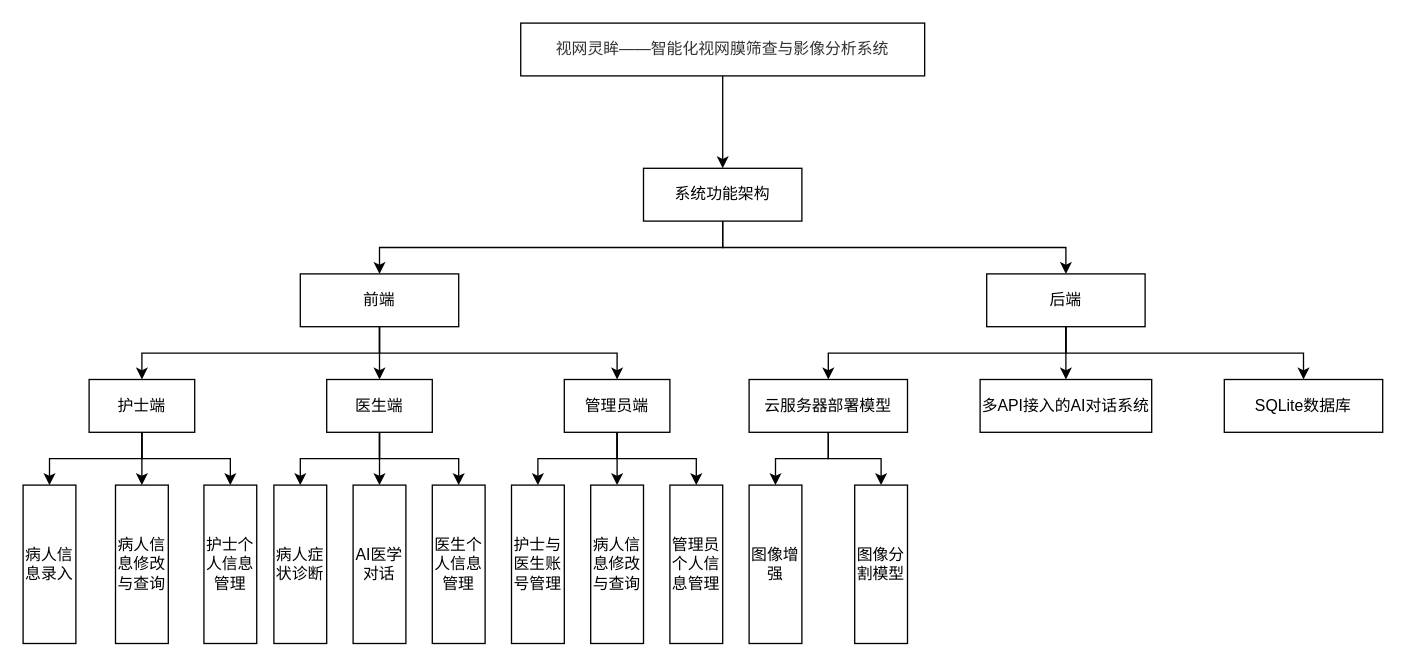
Before: 系统架构.drawio in 2039551625/deep_learning, a draw.io diagram. Source tidied: cells renumbered, new cells numbered last; positions are measured from the earlier drawing's top-left corner, leaving out a move shared by most shapes. Both pictures are drawn from the tidied source at 132%, with x=0, y=0 at pixel (22, 22).
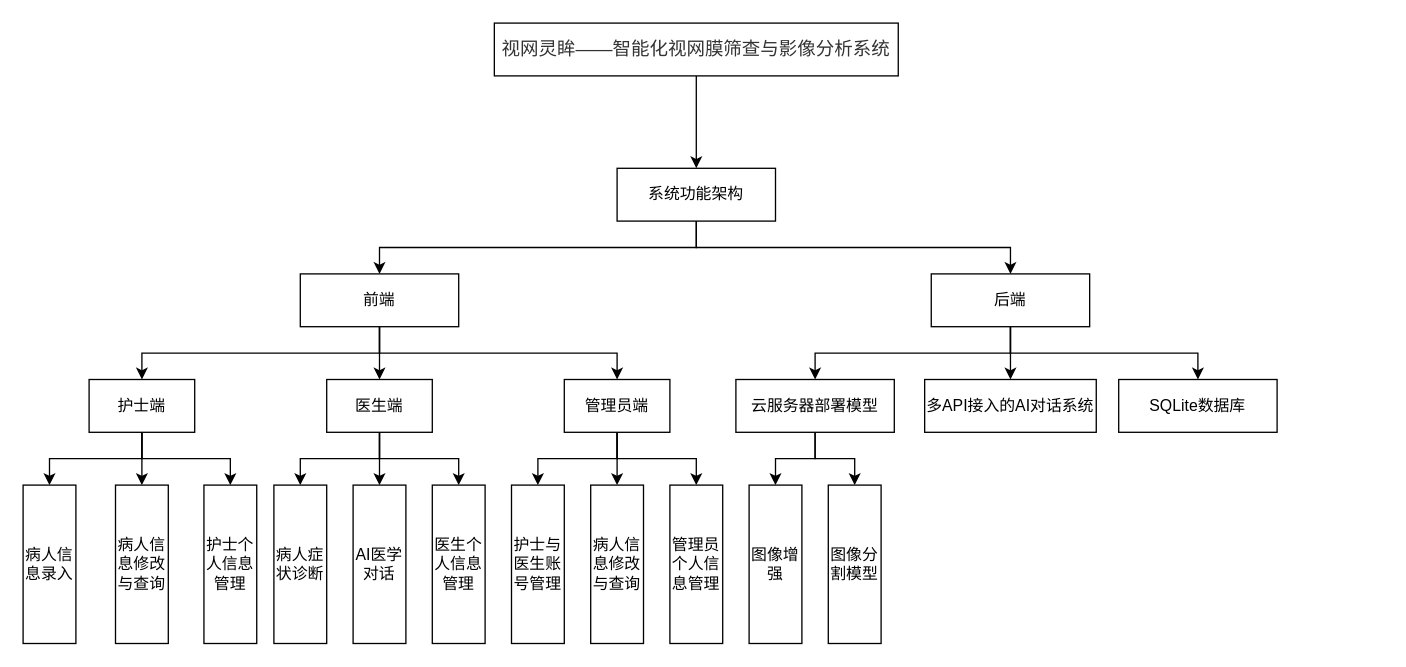
The same page after the edit.

Commit message:
更新系统架构.drawio

Diff of the diagram source:
```diff
@@
-    <mxCell id="3" value="&lt;p class=&quot;MsoNormal&quot;&gt;&lt;span style=&quot;font-family: 宋体; color: rgb(51, 51, 51);&quot;&gt;&lt;font&gt;&lt;font style=&quot;&quot; face=&quot;宋体&quot;&gt;视网灵眸&lt;/font&gt;&lt;font style=&quot;&quot; face=&quot;宋体&quot;&gt;——智能化视网膜筛查与影像分析系统&lt;/font&gt;&lt;/font&gt;&lt;/span&gt;&lt;/p&gt;" style="rounded=0;whiteSpace=wrap;html=1;labelBackgroundColor=none;" parent="1" vertex="1">
-      <mxGeometry x="377" width="306" height="40" as="geometry" />
+    <mxCell id="3" value="&lt;p class=&quot;MsoNormal&quot;&gt;&lt;span style=&quot;font-family: 宋体; color: rgb(51, 51, 51);&quot;&gt;&lt;font style=&quot;font-size: 14px;&quot;&gt;&lt;font style=&quot;&quot; face=&quot;宋体&quot;&gt;视网灵眸&lt;/font&gt;&lt;font style=&quot;&quot; face=&quot;宋体&quot;&gt;——智能化视网膜筛查与影像分析系统&lt;/font&gt;&lt;/font&gt;&lt;/span&gt;&lt;/p&gt;" style="rounded=0;whiteSpace=wrap;html=1;labelBackgroundColor=none;" parent="1" vertex="1">
+      <mxGeometry x="357" width="306" height="40" as="geometry" />
     </mxCell>
@@
     <mxCell id="6" value="系统功能架构" style="rounded=0;whiteSpace=wrap;html=1;labelBackgroundColor=none;" parent="1" vertex="1">
-      <mxGeometry x="470" y="110" width="120" height="40" as="geometry" />
+      <mxGeometry x="450" y="110" width="120" height="40" as="geometry" />
     </mxCell>
@@
     <mxCell id="14" value="后端" style="rounded=0;whiteSpace=wrap;html=1;fontFamily=Times New Roman;labelBackgroundColor=none;" parent="1" vertex="1">
-      <mxGeometry x="730" y="190" width="120" height="40" as="geometry" />
+      <mxGeometry x="688" y="190" width="120" height="40" as="geometry" />
     </mxCell>
@@
     <mxCell id="29" value="云服务器部署模型" style="rounded=0;whiteSpace=wrap;html=1;labelBackgroundColor=none;" parent="1" vertex="1">
-      <mxGeometry x="550" y="270" width="120" height="40" as="geometry" />
+      <mxGeometry x="540" y="270" width="120" height="40" as="geometry" />
     </mxCell>
     <mxCell id="30" value="多API接入的AI对话系统" style="rounded=0;whiteSpace=wrap;html=1;labelBackgroundColor=none;" parent="1" vertex="1">
-      <mxGeometry x="725" y="270" width="130" height="40" as="geometry" />
+      <mxGeometry x="683" y="270" width="130" height="40" as="geometry" />
     </mxCell>
     <mxCell id="31" value="SQLite数据库" style="rounded=0;whiteSpace=wrap;html=1;labelBackgroundColor=none;" parent="1" vertex="1">
-      <mxGeometry x="910" y="270" width="120" height="40" as="geometry" />
+      <mxGeometry x="830" y="270" width="120" height="40" as="geometry" />
     </mxCell>
@@
     <mxCell id="42" value="图像分割模型" style="rounded=0;whiteSpace=wrap;html=1;labelBackgroundColor=none;" parent="1" vertex="1">
-      <mxGeometry x="630" y="350" width="40" height="120" as="geometry" />
+      <mxGeometry x="610" y="350" width="40" height="120" as="geometry" />
     </mxCell>
```
